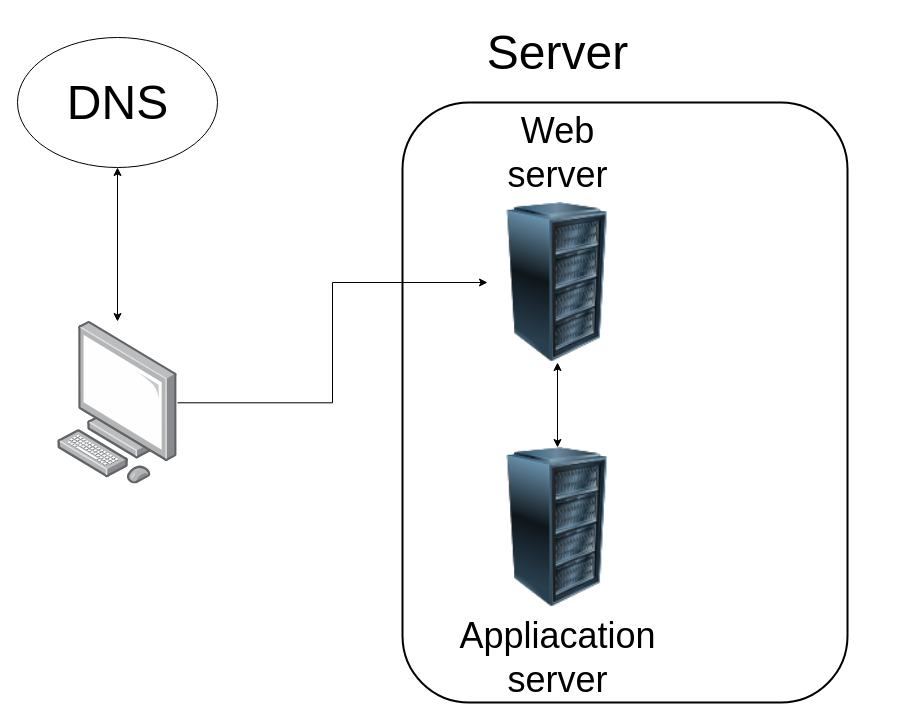
This is 0x09-web_infrastructure_design/Untitled Diagram.drawio from mitch-codes/alx-system_engineering-devops, a draw.io file, before an edit. Source tidied: cells renumbered, new cells numbered last; positions are measured from the earlier drawing's top-left corner, leaving out a move shared by most shapes. Both pictures are drawn from the tidied source at 100%, with x=0, y=0 at pixel (17, 17).
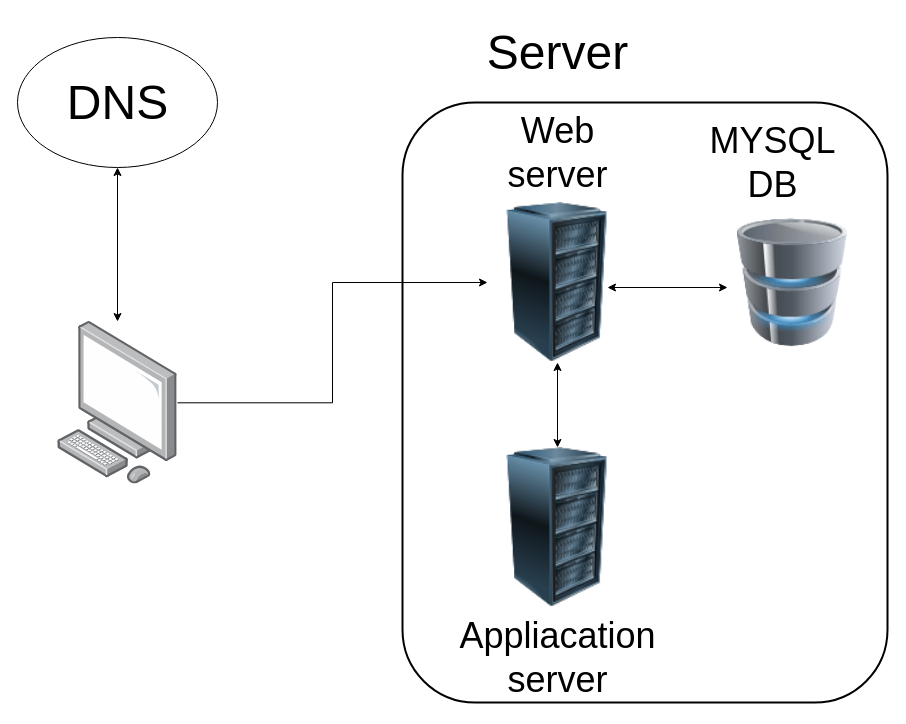
Above is the later version.

The edit, as a diff of the source:
```diff
@@
 <mxGraphModel>
   <root>
     <mxCell id="0" />
     <mxCell id="1" parent="0" />
     <mxCell id="2" style="edgeStyle=orthogonalEdgeStyle;rounded=0;jettySize=auto;html=1;entryX=0;entryY=0.5;entryDx=0;entryDy=0;" parent="1" edge="1" source="3" target="4">
       <mxGeometry relative="1" as="geometry" />
     </mxCell>
     <mxCell id="3" style="image;points=[];html=1;align=center;shadow=0;dashed=0;image=img/lib/allied_telesis/computer_and_terminals/Personal_Computer.svg;" parent="1" vertex="1">
       <mxGeometry x="40" y="304" width="120" height="162.6" as="geometry" />
     </mxCell>
     <mxCell id="4" style="image;html=1;image=img/lib/clip_art/computers/Server_Rack_128x128.png;" parent="1" vertex="1">
       <mxGeometry x="470" y="185" width="140" height="160" as="geometry" />
     </mxCell>
     <mxCell id="5" style="image;html=1;image=img/lib/clip_art/computers/Server_Rack_128x128.png;" parent="1" vertex="1">
       <mxGeometry x="470" y="430" width="140" height="160" as="geometry" />
     </mxCell>
     <mxCell id="6" style="rounded=1;whiteSpace=wrap;html=1;fillColor=none;strokeColor=#000000;strokeWidth=2;" parent="1" vertex="1">
-      <mxGeometry x="385" y="85" width="445" height="600" as="geometry" />
+      <mxGeometry x="385" y="85" width="485" height="600" as="geometry" />
     </mxCell>
     <mxCell id="7" style="ellipse;whiteSpace=wrap;html=1;" parent="1" vertex="1">
       <mxGeometry y="20" width="200" height="130" as="geometry" />
     </mxCell>
     <mxCell id="8" value="&lt;font style=&quot;font-size: 48px;&quot;&gt;Server&lt;/font&gt;" style="text;html=1;align=center;verticalAlign=middle;strokeColor=none;fillColor=none;" parent="1" vertex="1">
       <mxGeometry x="460" width="160" height="70" as="geometry" />
     </mxCell>
     <mxCell id="9" value="&lt;font style=&quot;&quot;&gt;&lt;font style=&quot;font-size: 36px;&quot;&gt;Web&lt;br&gt;server&lt;/font&gt;&lt;br&gt;&lt;/font&gt;" style="text;html=1;align=center;verticalAlign=middle;strokeColor=none;fillColor=none;" parent="1" vertex="1">
       <mxGeometry x="480" y="85" width="120" height="100" as="geometry" />
     </mxCell>
     <mxCell id="10" value="&lt;font style=&quot;&quot;&gt;&lt;font style=&quot;font-size: 36px;&quot;&gt;Appliacation&lt;br&gt;server&lt;/font&gt;&lt;br&gt;&lt;/font&gt;" style="text;html=1;align=center;verticalAlign=middle;strokeColor=none;fillColor=none;" parent="1" vertex="1">
       <mxGeometry x="430" y="590" width="220" height="100" as="geometry" />
     </mxCell>
     <mxCell id="11" style="endArrow=classic;startArrow=classic;html=1;rounded=0;" parent="1" edge="1" target="4">
       <mxGeometry relative="1" as="geometry">
         <mxPoint x="540" y="430" as="sourcePoint" />
       </mxGeometry>
     </mxCell>
     <mxCell id="12" style="endArrow=classic;startArrow=classic;html=1;rounded=0;entryX=0.5;entryY=1;entryDx=0;entryDy=0;" parent="1" edge="1" source="3" target="7">
       <mxGeometry relative="1" as="geometry" />
     </mxCell>
     <mxCell id="13" value="&lt;font style=&quot;font-size: 48px;&quot;&gt;DNS&lt;/font&gt;" style="text;html=1;align=center;verticalAlign=middle;strokeColor=none;fillColor=none;" parent="1" vertex="1">
       <mxGeometry x="40" y="50" width="120" height="70" as="geometry" />
     </mxCell>
+    <mxCell id="14" style="image;html=1;image=img/lib/clip_art/computers/Database_128x128.png;" parent="1" vertex="1">
+      <mxGeometry x="720" y="178" width="110" height="174" as="geometry" />
+    </mxCell>
+    <mxCell id="15" value="&lt;font style=&quot;&quot;&gt;&lt;span style=&quot;font-size: 36px;&quot;&gt;MYSQL&lt;br&gt;DB&lt;/span&gt;&lt;br&gt;&lt;/font&gt;" style="text;html=1;align=center;verticalAlign=middle;strokeColor=none;fillColor=none;" parent="1" vertex="1">
+      <mxGeometry x="680" y="95" width="150" height="100" as="geometry" />
+    </mxCell>
+    <mxCell id="16" style="endArrow=classic;startArrow=classic;html=1;rounded=0;" parent="1" edge="1">
+      <mxGeometry relative="1" as="geometry">
+        <mxPoint x="590" y="270" as="sourcePoint" />
+        <mxPoint x="710" y="270" as="targetPoint" />
+      </mxGeometry>
+    </mxCell>
   </root>
 </mxGraphModel>
```
